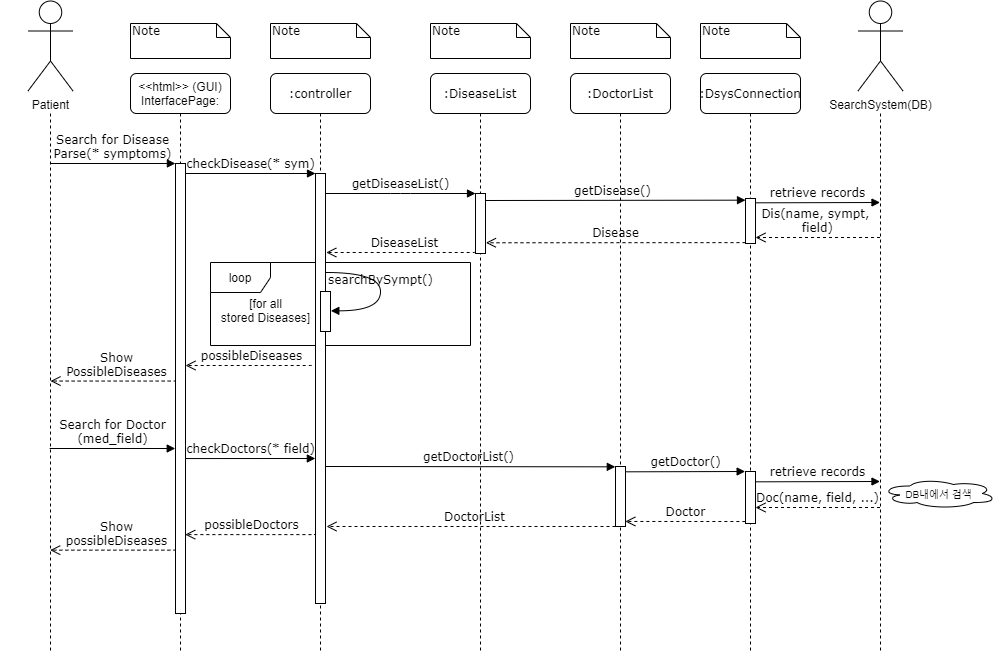
This is patient/04.sequencediagram/UC6_sequence_diag.png from yhb1834/Smart-Health-Prediction-System, a draw.io export, as it was before one commit. Source tidied: cells renumbered, new cells last; positions are measured from the earlier drawing's top-left corner, leaving out a move shared by most shapes. Its diagram source:
```xml
<mxGraphModel background="#ffffff">
  <root>
    <mxCell id="0" />
    <mxCell id="1" parent="0" />
    <mxCell id="2" value="possibleDoctors" style="html=1;verticalAlign=bottom;endArrow=open;dashed=1;endSize=8;labelBackgroundColor=none;fontFamily=Verdana;fontSize=12;edgeStyle=elbowEdgeStyle;elbow=vertical;exitX=0.156;exitY=0.485;exitDx=0;exitDy=0;exitPerimeter=0;" parent="1" edge="1">
      <mxGeometry relative="1" as="geometry">
        <mxPoint x="316.3" y="532" as="sourcePoint" />
        <mxPoint x="184.7" y="533.1" as="targetPoint" />
        <Array as="points">
          <mxPoint x="309.7" y="533.1" />
          <mxPoint x="284.6" y="533.3" />
        </Array>
      </mxGeometry>
    </mxCell>
    <mxCell id="3" value="Show&lt;br&gt;possibleDiseases" style="html=1;verticalAlign=bottom;endArrow=open;dashed=1;endSize=8;labelBackgroundColor=none;fontFamily=Verdana;fontSize=12;edgeStyle=elbowEdgeStyle;elbow=vertical;exitX=0.156;exitY=0.485;exitDx=0;exitDy=0;exitPerimeter=0;" parent="1" edge="1">
      <mxGeometry relative="1" as="geometry">
        <mxPoint x="181.3" y="547.6" as="sourcePoint" />
        <mxPoint x="49.7" y="548.6" as="targetPoint" />
        <Array as="points">
          <mxPoint x="174.7" y="548.6" />
          <mxPoint x="149.6" y="548.9" />
        </Array>
      </mxGeometry>
    </mxCell>
    <mxCell id="4" value="getDoctorList()" style="html=1;verticalAlign=bottom;endArrow=block;entryX=-0.22;entryY=0.167;labelBackgroundColor=none;fontFamily=Verdana;fontSize=12;edgeStyle=elbowEdgeStyle;elbow=vertical;entryDx=0;entryDy=0;entryPerimeter=0;exitX=0.5;exitY=0.693;exitDx=0;exitDy=0;exitPerimeter=0;" parent="1" edge="1">
      <mxGeometry relative="1" as="geometry">
        <mxPoint x="322" y="465" as="sourcePoint" />
        <mxPoint x="614.8" y="465" as="targetPoint" />
      </mxGeometry>
    </mxCell>
    <mxCell id="5" value="possibleDiseases" style="html=1;verticalAlign=bottom;endArrow=open;dashed=1;endSize=8;labelBackgroundColor=none;fontFamily=Verdana;fontSize=12;edgeStyle=elbowEdgeStyle;elbow=vertical;exitX=0.156;exitY=0.485;exitDx=0;exitDy=0;exitPerimeter=0;" parent="1" edge="1">
      <mxGeometry relative="1" as="geometry">
        <mxPoint x="316.6" y="362.9" as="sourcePoint" />
        <mxPoint x="185" y="364" as="targetPoint" />
        <Array as="points">
          <mxPoint x="310" y="364" />
          <mxPoint x="284.9" y="364.2" />
        </Array>
      </mxGeometry>
    </mxCell>
    <mxCell id="6" value="getDisease()" style="html=1;verticalAlign=bottom;endArrow=block;labelBackgroundColor=none;fontFamily=Verdana;fontSize=12;edgeStyle=elbowEdgeStyle;elbow=vertical;" parent="1" edge="1">
      <mxGeometry relative="1" as="geometry">
        <mxPoint x="480" y="199" as="sourcePoint" />
        <mxPoint x="745" y="199" as="targetPoint" />
      </mxGeometry>
    </mxCell>
    <mxCell id="7" value="DiseaseList" style="html=1;verticalAlign=bottom;endArrow=open;dashed=1;endSize=8;labelBackgroundColor=none;fontFamily=Verdana;fontSize=12;edgeStyle=elbowEdgeStyle;elbow=vertical;entryX=1.077;entryY=0.24;entryDx=0;entryDy=0;entryPerimeter=0;" parent="1" edge="1">
      <mxGeometry relative="1" as="geometry">
        <mxPoint x="480" y="249" as="sourcePoint" />
        <mxPoint x="325.8" y="250.6" as="targetPoint" />
        <Array as="points">
          <mxPoint x="410" y="251" />
          <mxPoint x="404" y="219" />
          <mxPoint x="434" y="219" />
        </Array>
      </mxGeometry>
    </mxCell>
    <mxCell id="8" value="Show&lt;br&gt;PossibleDiseases" style="html=1;verticalAlign=bottom;endArrow=open;dashed=1;endSize=8;labelBackgroundColor=none;fontFamily=Verdana;fontSize=12;edgeStyle=elbowEdgeStyle;elbow=vertical;exitX=0.156;exitY=0.485;exitDx=0;exitDy=0;exitPerimeter=0;" parent="1" edge="1">
      <mxGeometry relative="1" as="geometry">
        <mxPoint x="181.6" y="378.5" as="sourcePoint" />
        <mxPoint x="50" y="379.6" as="targetPoint" />
        <Array as="points">
          <mxPoint x="175" y="379.6" />
          <mxPoint x="149.9" y="379.8" />
        </Array>
      </mxGeometry>
    </mxCell>
    <mxCell id="9" value="loop" style="shape=umlFrame;whiteSpace=wrap;html=1;" parent="1" vertex="1">
      <mxGeometry x="210" y="261" width="260" height="83" as="geometry" />
    </mxCell>
    <mxCell id="10" value=":controller" style="shape=umlLifeline;perimeter=lifelinePerimeter;whiteSpace=wrap;html=1;rounded=1;shadow=0;comic=0;labelBackgroundColor=none;strokeWidth=1;fontFamily=Verdana;fontSize=12;align=center;" parent="1" vertex="1">
      <mxGeometry x="270" y="72" width="100" height="580" as="geometry" />
    </mxCell>
    <mxCell id="11" style="html=1;points=[];perimeter=orthogonalPerimeter;rounded=0;shadow=0;comic=0;labelBackgroundColor=none;strokeWidth=1;fontFamily=Verdana;fontSize=12;align=center;" parent="10" vertex="1">
      <mxGeometry x="45" y="100" width="10" height="430" as="geometry" />
    </mxCell>
    <mxCell id="12" value=":DiseaseList" style="shape=umlLifeline;perimeter=lifelinePerimeter;whiteSpace=wrap;html=1;rounded=1;shadow=0;comic=0;labelBackgroundColor=none;strokeWidth=1;fontFamily=Verdana;fontSize=12;align=center;" parent="1" vertex="1">
      <mxGeometry x="430" y="72" width="100" height="580" as="geometry" />
    </mxCell>
    <mxCell id="13" style="html=1;points=[];perimeter=orthogonalPerimeter;rounded=0;shadow=0;comic=0;labelBackgroundColor=none;strokeWidth=1;fontFamily=Verdana;fontSize=12;align=center;" parent="12" vertex="1">
      <mxGeometry x="45" y="120" width="10" height="60" as="geometry" />
    </mxCell>
    <mxCell id="14" value=":DoctorList" style="shape=umlLifeline;perimeter=lifelinePerimeter;whiteSpace=wrap;html=1;rounded=1;shadow=0;comic=0;labelBackgroundColor=none;strokeWidth=1;fontFamily=Verdana;fontSize=12;align=center;" parent="1" vertex="1">
      <mxGeometry x="570" y="72" width="100" height="580" as="geometry" />
    </mxCell>
    <mxCell id="15" value=":DsysConnection" style="shape=umlLifeline;perimeter=lifelinePerimeter;whiteSpace=wrap;html=1;rounded=1;shadow=0;comic=0;labelBackgroundColor=none;strokeWidth=1;fontFamily=Verdana;fontSize=12;align=center;" parent="1" vertex="1">
      <mxGeometry x="700" y="72" width="100" height="580" as="geometry" />
    </mxCell>
    <mxCell id="16" value="&lt;font face=&quot;Helvetica&quot;&gt;&amp;lt;&amp;lt;html&amp;gt;&amp;gt; (GUI)&lt;br&gt;InterfacePage:&lt;/font&gt;" style="shape=umlLifeline;perimeter=lifelinePerimeter;whiteSpace=wrap;html=1;rounded=1;shadow=0;comic=0;labelBackgroundColor=none;strokeWidth=1;fontFamily=Verdana;fontSize=12;align=center;" parent="1" vertex="1">
      <mxGeometry x="130" y="72" width="100" height="580" as="geometry" />
    </mxCell>
    <mxCell id="17" style="html=1;points=[];perimeter=orthogonalPerimeter;rounded=0;shadow=0;comic=0;labelBackgroundColor=none;strokeWidth=1;fontFamily=Verdana;fontSize=12;align=center;" parent="16" vertex="1">
      <mxGeometry x="45" y="90" width="10" height="450" as="geometry" />
    </mxCell>
    <mxCell id="18" style="html=1;points=[];perimeter=orthogonalPerimeter;rounded=0;shadow=0;comic=0;labelBackgroundColor=none;strokeWidth=1;fontFamily=Verdana;fontSize=12;align=center;" parent="1" vertex="1">
      <mxGeometry x="615" y="465" width="10" height="60" as="geometry" />
    </mxCell>
    <mxCell id="19" value="checkDisease(* sym)" style="html=1;verticalAlign=bottom;endArrow=block;entryX=0;entryY=0;labelBackgroundColor=none;fontFamily=Verdana;fontSize=12;edgeStyle=elbowEdgeStyle;elbow=vertical;" parent="1" edge="1" source="17" target="11">
      <mxGeometry relative="1" as="geometry" />
    </mxCell>
    <mxCell id="20" value="getDiseaseList()" style="html=1;verticalAlign=bottom;endArrow=block;entryX=0;entryY=0;labelBackgroundColor=none;fontFamily=Verdana;fontSize=12;edgeStyle=elbowEdgeStyle;elbow=vertical;" parent="1" edge="1" source="11" target="13">
      <mxGeometry relative="1" as="geometry" />
    </mxCell>
    <mxCell id="21" value="Note" style="shape=note;whiteSpace=wrap;html=1;size=14;verticalAlign=top;align=left;spacingTop=-6;rounded=0;shadow=0;comic=0;labelBackgroundColor=none;strokeWidth=1;fontFamily=Verdana;fontSize=12;" parent="1" vertex="1">
      <mxGeometry x="130" y="22" width="100" height="35" as="geometry" />
    </mxCell>
    <mxCell id="22" value="Note" style="shape=note;whiteSpace=wrap;html=1;size=14;verticalAlign=top;align=left;spacingTop=-6;rounded=0;shadow=0;comic=0;labelBackgroundColor=none;strokeWidth=1;fontFamily=Verdana;fontSize=12;" parent="1" vertex="1">
      <mxGeometry x="270" y="22" width="100" height="35" as="geometry" />
    </mxCell>
    <mxCell id="23" value="Note" style="shape=note;whiteSpace=wrap;html=1;size=14;verticalAlign=top;align=left;spacingTop=-6;rounded=0;shadow=0;comic=0;labelBackgroundColor=none;strokeWidth=1;fontFamily=Verdana;fontSize=12;" parent="1" vertex="1">
      <mxGeometry x="430" y="22" width="100" height="35" as="geometry" />
    </mxCell>
    <mxCell id="24" value="Note" style="shape=note;whiteSpace=wrap;html=1;size=14;verticalAlign=top;align=left;spacingTop=-6;rounded=0;shadow=0;comic=0;labelBackgroundColor=none;strokeWidth=1;fontFamily=Verdana;fontSize=12;" parent="1" vertex="1">
      <mxGeometry x="570" y="22" width="100" height="35" as="geometry" />
    </mxCell>
    <mxCell id="25" value="Note" style="shape=note;whiteSpace=wrap;html=1;size=14;verticalAlign=top;align=left;spacingTop=-6;rounded=0;shadow=0;comic=0;labelBackgroundColor=none;strokeWidth=1;fontFamily=Verdana;fontSize=12;" parent="1" vertex="1">
      <mxGeometry x="700" y="22" width="100" height="35" as="geometry" />
    </mxCell>
    <mxCell id="26" style="shape=umlLifeline;perimeter=lifelinePerimeter;whiteSpace=wrap;html=1;outlineConnect=0;rounded=1;shadow=0;comic=0;labelBackgroundColor=none;strokeWidth=1;fontFamily=Verdana;fontSize=12;align=center;size=0;" parent="1" vertex="1">
      <mxGeometry y="112" width="100" height="540" as="geometry" />
    </mxCell>
    <mxCell id="27" value="Patient" style="shape=umlActor;verticalLabelPosition=bottom;verticalAlign=top;html=1;" parent="1" vertex="1">
      <mxGeometry x="27.5" y="-0.5" width="45" height="90" as="geometry" />
    </mxCell>
    <mxCell id="28" style="shape=umlLifeline;perimeter=lifelinePerimeter;whiteSpace=wrap;html=1;rounded=1;shadow=0;comic=0;labelBackgroundColor=none;strokeWidth=1;fontFamily=Verdana;fontSize=12;align=center;size=0;" parent="1" vertex="1">
      <mxGeometry x="830" y="112" width="100" height="540" as="geometry" />
    </mxCell>
    <mxCell id="29" value="SearchSystem(DB)" style="shape=umlActor;verticalLabelPosition=bottom;verticalAlign=top;html=1;" parent="1" vertex="1">
      <mxGeometry x="857.5" y="-0.5" width="45" height="90" as="geometry" />
    </mxCell>
    <mxCell id="30" value="Search for Disease&lt;br&gt;Parse(* symptoms)" style="html=1;verticalAlign=bottom;endArrow=block;labelBackgroundColor=none;fontFamily=Verdana;fontSize=12;edgeStyle=elbowEdgeStyle;elbow=vertical;entryX=-0.011;entryY=0.001;entryDx=0;entryDy=0;entryPerimeter=0;" parent="1" edge="1" source="26" target="17">
      <mxGeometry relative="1" as="geometry">
        <Array as="points">
          <mxPoint x="150" y="162" />
        </Array>
      </mxGeometry>
    </mxCell>
    <mxCell id="31" style="html=1;points=[];perimeter=orthogonalPerimeter;rounded=0;shadow=0;comic=0;labelBackgroundColor=none;strokeColor=#000000;strokeWidth=1;fillColor=#FFFFFF;fontFamily=Verdana;fontSize=12;fontColor=#000000;align=center;" parent="1" vertex="1">
      <mxGeometry x="745" y="470" width="10" height="52" as="geometry" />
    </mxCell>
    <mxCell id="32" value="getDoctor()" style="html=1;verticalAlign=bottom;endArrow=block;labelBackgroundColor=none;fontFamily=Verdana;fontSize=12;edgeStyle=elbowEdgeStyle;elbow=vertical;exitX=1.1;exitY=0.611;exitDx=0;exitDy=0;exitPerimeter=0;entryX=-0.035;entryY=0.088;entryDx=0;entryDy=0;entryPerimeter=0;" parent="1" edge="1">
      <mxGeometry relative="1" as="geometry">
        <mxPoint x="625" y="470.3" as="sourcePoint" />
        <mxPoint x="744.7" y="469.6" as="targetPoint" />
        <Array as="points">
          <mxPoint x="815" y="470" />
        </Array>
      </mxGeometry>
    </mxCell>
    <mxCell id="33" value="Doc(name, field, ...)" style="html=1;verticalAlign=bottom;endArrow=open;dashed=1;endSize=8;labelBackgroundColor=none;fontFamily=Verdana;fontSize=12;" parent="1" edge="1">
      <mxGeometry relative="1" as="geometry">
        <mxPoint x="879.5" y="506" as="sourcePoint" />
        <mxPoint x="755" y="506" as="targetPoint" />
      </mxGeometry>
    </mxCell>
    <mxCell id="34" value="retrieve records" style="html=1;verticalAlign=bottom;endArrow=block;labelBackgroundColor=none;fontFamily=Verdana;fontSize=12;edgeStyle=elbowEdgeStyle;elbow=vertical;exitX=1.1;exitY=0.611;exitDx=0;exitDy=0;exitPerimeter=0;" parent="1" edge="1">
      <mxGeometry relative="1" as="geometry">
        <mxPoint x="755" y="480.3" as="sourcePoint" />
        <mxPoint x="879.5" y="480" as="targetPoint" />
        <Array as="points">
          <mxPoint x="945" y="480" />
        </Array>
      </mxGeometry>
    </mxCell>
    <mxCell id="35" value="Doctor" style="html=1;verticalAlign=bottom;endArrow=open;dashed=1;endSize=8;labelBackgroundColor=none;fontFamily=Verdana;fontSize=12;exitX=-0.014;exitY=0.962;exitDx=0;exitDy=0;exitPerimeter=0;entryX=0.983;entryY=0.916;entryDx=0;entryDy=0;entryPerimeter=0;" parent="1" edge="1" source="31" target="18">
      <mxGeometry relative="1" as="geometry" />
    </mxCell>
    <mxCell id="36" style="html=1;perimeter=orthogonalPerimeter;rounded=0;shadow=0;comic=0;labelBackgroundColor=none;strokeWidth=1;fontFamily=Verdana;fontSize=12;align=center;" parent="1" vertex="1">
      <mxGeometry x="320" y="290" width="10" height="40" as="geometry" />
    </mxCell>
    <mxCell id="37" value="searchBySympt()" style="html=1;verticalAlign=bottom;endArrow=block;labelBackgroundColor=none;fontFamily=Verdana;fontSize=12;elbow=vertical;edgeStyle=orthogonalEdgeStyle;curved=1;entryX=1;entryY=0.286;entryPerimeter=0;exitX=1.038;exitY=0.345;exitPerimeter=0;" parent="1" edge="1">
      <mxGeometry relative="1" as="geometry">
        <mxPoint x="325.3" y="271" as="sourcePoint" />
        <mxPoint x="330.3" y="309.3" as="targetPoint" />
        <Array as="points">
          <mxPoint x="380" y="271" />
          <mxPoint x="380" y="309" />
        </Array>
      </mxGeometry>
    </mxCell>
    <mxCell id="38" value="[for all&lt;br&gt;stored Diseases]" style="text;html=1;align=center;verticalAlign=middle;strokeColor=none;" parent="1" vertex="1">
      <mxGeometry x="210" y="294" width="110" height="30" as="geometry" />
    </mxCell>
    <mxCell id="39" style="html=1;perimeter=orthogonalPerimeter;rounded=0;shadow=0;comic=0;labelBackgroundColor=none;strokeColor=#000000;strokeWidth=1;fillColor=#FFFFFF;fontFamily=Verdana;fontSize=12;fontColor=#000000;align=center;" parent="1" vertex="1">
      <mxGeometry x="745" y="197" width="10" height="45" as="geometry" />
    </mxCell>
    <mxCell id="40" value="Disease" style="html=1;verticalAlign=bottom;endArrow=open;dashed=1;endSize=8;labelBackgroundColor=none;fontFamily=Verdana;fontSize=12;exitX=-0.001;exitY=1.003;exitDx=0;exitDy=0;exitPerimeter=0;entryX=1.039;entryY=0.821;entryDx=0;entryDy=0;entryPerimeter=0;" parent="1" edge="1" target="13">
      <mxGeometry relative="1" as="geometry">
        <mxPoint x="745" y="241.1" as="sourcePoint" />
      </mxGeometry>
    </mxCell>
    <mxCell id="41" value="Dis(name, sympt, &lt;br&gt;field)" style="html=1;verticalAlign=bottom;endArrow=open;dashed=1;endSize=8;labelBackgroundColor=none;fontFamily=Verdana;fontSize=12;" parent="1" edge="1">
      <mxGeometry relative="1" as="geometry">
        <mxPoint x="879.5" y="236" as="sourcePoint" />
        <mxPoint x="755" y="236" as="targetPoint" />
      </mxGeometry>
    </mxCell>
    <mxCell id="42" value="retrieve records" style="html=1;verticalAlign=bottom;endArrow=block;labelBackgroundColor=none;fontFamily=Verdana;fontSize=12;edgeStyle=elbowEdgeStyle;elbow=vertical;exitX=1.1;exitY=0.611;exitDx=0;exitDy=0;exitPerimeter=0;" parent="1" edge="1">
      <mxGeometry relative="1" as="geometry">
        <mxPoint x="755" y="201.3" as="sourcePoint" />
        <mxPoint x="879.5" y="201" as="targetPoint" />
        <Array as="points">
          <mxPoint x="945" y="201" />
        </Array>
      </mxGeometry>
    </mxCell>
    <mxCell id="43" value="checkDoctors(* field)" style="html=1;verticalAlign=bottom;endArrow=block;entryX=0;entryY=0;labelBackgroundColor=none;fontFamily=Verdana;fontSize=12;edgeStyle=elbowEdgeStyle;elbow=vertical;" parent="1" edge="1">
      <mxGeometry relative="1" as="geometry">
        <mxPoint x="184.8" y="457.1" as="sourcePoint" />
        <mxPoint x="314.8" y="457" as="targetPoint" />
      </mxGeometry>
    </mxCell>
    <mxCell id="44" value="Search for Doctor&lt;br&gt;(med_field)" style="html=1;verticalAlign=bottom;endArrow=block;labelBackgroundColor=none;fontFamily=Verdana;fontSize=12;edgeStyle=elbowEdgeStyle;elbow=vertical;entryX=-0.011;entryY=0.001;entryDx=0;entryDy=0;entryPerimeter=0;" parent="1" edge="1">
      <mxGeometry relative="1" as="geometry">
        <mxPoint x="49.2" y="447" as="sourcePoint" />
        <mxPoint x="174.7" y="447.5" as="targetPoint" />
        <Array as="points">
          <mxPoint x="149.8" y="447" />
        </Array>
      </mxGeometry>
    </mxCell>
    <mxCell id="45" value="DoctorList" style="html=1;verticalAlign=bottom;endArrow=open;dashed=1;endSize=8;labelBackgroundColor=none;fontFamily=Verdana;fontSize=12;exitX=-0.001;exitY=1.003;exitDx=0;exitDy=0;exitPerimeter=0;" parent="1" edge="1">
      <mxGeometry relative="1" as="geometry">
        <mxPoint x="621" y="525" as="sourcePoint" />
        <mxPoint x="326" y="525" as="targetPoint" />
      </mxGeometry>
    </mxCell>
    <mxCell id="46" value="&lt;span style=&quot;font-size: 8px&quot;&gt;DB내에서 검색&lt;br&gt;&lt;/span&gt;" style="ellipse;shape=cloud;whiteSpace=wrap;html=1;" parent="1" vertex="1">
      <mxGeometry x="881" y="477" width="115" height="30" as="geometry" />
    </mxCell>
  </root>
</mxGraphModel>
```
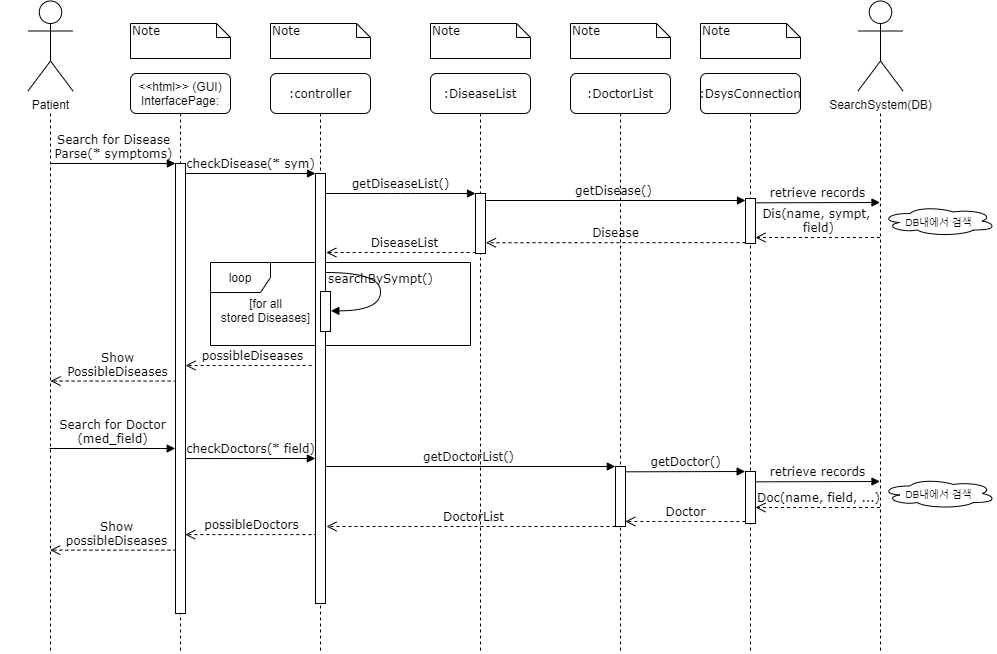
The same file after the commit.

The edit, as a diff of the source:
```diff
@@ -228,5 +228,8 @@
     <mxCell id="46" value="&lt;span style=&quot;font-size: 8px&quot;&gt;DB내에서 검색&lt;br&gt;&lt;/span&gt;" style="ellipse;shape=cloud;whiteSpace=wrap;html=1;" parent="1" vertex="1">
       <mxGeometry x="881" y="477" width="115" height="30" as="geometry" />
     </mxCell>
+    <mxCell id="47" value="&lt;span style=&quot;font-size: 8px&quot;&gt;DB내에서 검색&lt;br&gt;&lt;/span&gt;" style="ellipse;shape=cloud;whiteSpace=wrap;html=1;" parent="1" vertex="1">
+      <mxGeometry x="881" y="204.5" width="115" height="30" as="geometry" />
+    </mxCell>
   </root>
 </mxGraphModel>
```
